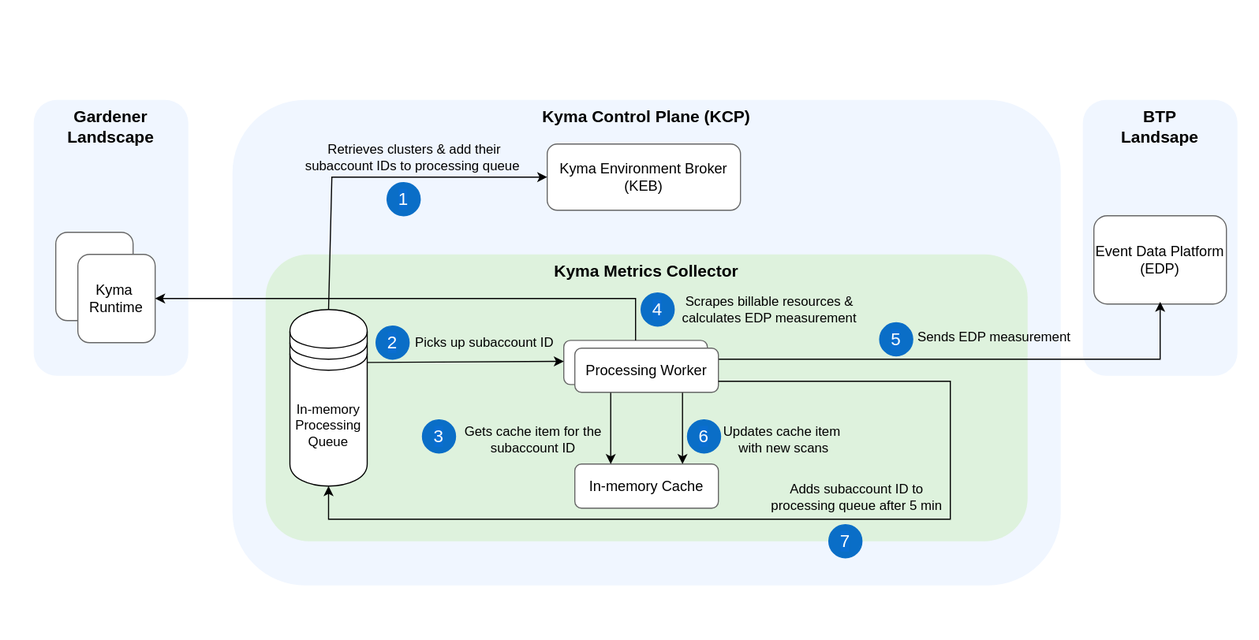
Above: docs/contributor/assets/EDP_architecture.drawio.svg in kyma-project/kyma-metrics-collector (draw.io), before the change. Source tidied: cells renumbered, new cells last; positions are measured from the earlier drawing's top-left corner, leaving out a move shared by most shapes.
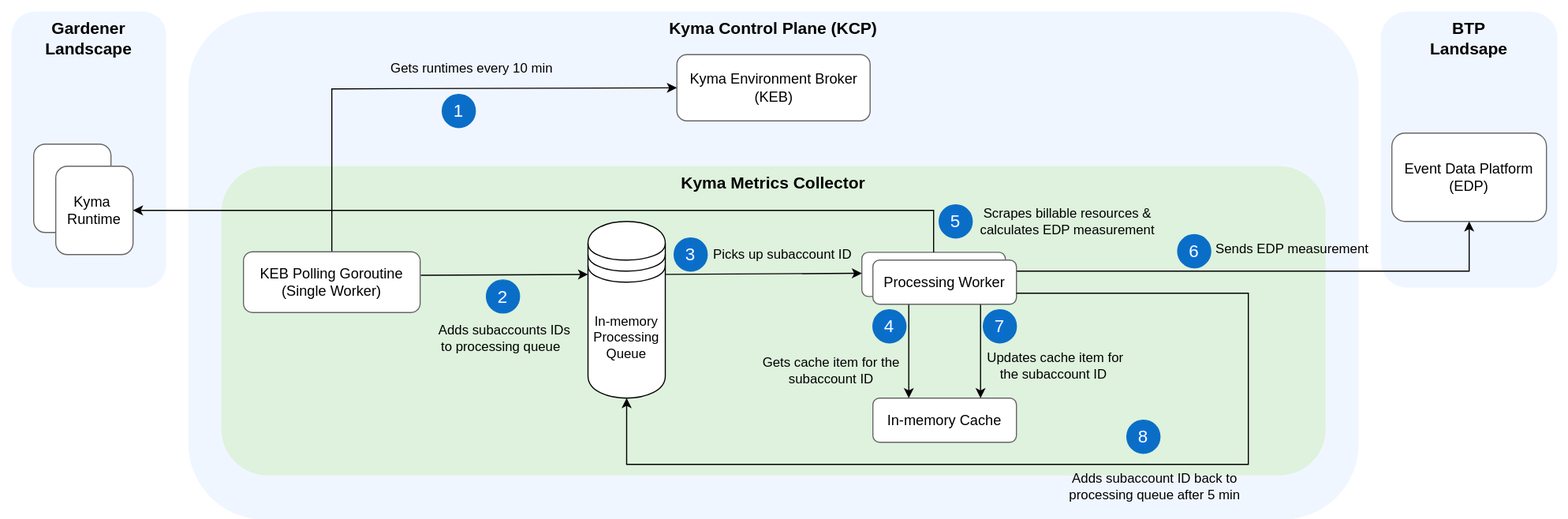
The same diagram one commit later.

Commit message:
update EDP and UM architecture diagrams

Change to the diagram source:
```diff
@@ -3,50 +3,50 @@
     <mxCell id="0" />
     <mxCell id="1" parent="0" />
     <mxCell id="2" style="rounded=0;whiteSpace=wrap;html=1;fillColor=#FFFFFF;strokeColor=none;" parent="1" vertex="1">
-      <mxGeometry width="1140" height="580" as="geometry" />
+      <mxGeometry x="-270" y="80" width="1420" height="460" as="geometry" />
     </mxCell>
     <mxCell id="3" value="&lt;b style=&quot;color: rgb(0, 0, 0); font-size: 15px;&quot;&gt;&lt;font style=&quot;font-size: 15px;&quot;&gt;Gardener Landscape&lt;br style=&quot;font-size: 15px;&quot;&gt;&lt;/font&gt;&lt;/b&gt;" style="rounded=1;whiteSpace=wrap;html=1;fillColor=#F0F6FF;strokeColor=none;fontColor=#333333;verticalAlign=top;fontSize=15;" parent="1" vertex="1">
-      <mxGeometry x="30" y="90" width="140" height="250" as="geometry" />
+      <mxGeometry x="-260" y="90" width="140" height="250" as="geometry" />
     </mxCell>
     <mxCell id="4" style="rounded=1;whiteSpace=wrap;html=1;fontSize=13;strokeColor=#666666;" parent="1" vertex="1">
-      <mxGeometry x="50" y="210" width="70" height="80" as="geometry" />
+      <mxGeometry x="-240" y="210" width="70" height="80" as="geometry" />
     </mxCell>
     <mxCell id="5" value="Kyma&amp;nbsp;&lt;div&gt;Runtime&lt;/div&gt;" style="rounded=1;whiteSpace=wrap;html=1;fontSize=13;strokeColor=#666666;" parent="1" vertex="1">
-      <mxGeometry x="70" y="230" width="70" height="80" as="geometry" />
+      <mxGeometry x="-220" y="230" width="70" height="80" as="geometry" />
     </mxCell>
     <mxCell id="6" value="&lt;b style=&quot;color: rgb(0, 0, 0); font-size: 15px;&quot;&gt;&lt;font style=&quot;font-size: 15px;&quot;&gt;Kyma Control Plane (KCP)&lt;br style=&quot;font-size: 15px;&quot;&gt;&lt;/font&gt;&lt;/b&gt;" style="rounded=1;whiteSpace=wrap;html=1;fillColor=#F0F6FF;strokeColor=none;fontColor=#333333;verticalAlign=top;fontSize=15;" parent="1" vertex="1">
-      <mxGeometry x="210" y="90" width="750" height="440" as="geometry" />
+      <mxGeometry x="-100" y="90" width="1060" height="460" as="geometry" />
     </mxCell>
     <mxCell id="7" value="&lt;b style=&quot;color: rgb(0, 0, 0); font-size: 15px;&quot;&gt;&lt;font style=&quot;font-size: 15px;&quot;&gt;BTP&lt;/font&gt;&lt;/b&gt;&lt;div&gt;&lt;b style=&quot;color: rgb(0, 0, 0); font-size: 15px;&quot;&gt;&lt;font style=&quot;font-size: 15px;&quot;&gt;Landsape&lt;/font&gt;&lt;/b&gt;&lt;/div&gt;" style="rounded=1;whiteSpace=wrap;html=1;fillColor=#F0F6FF;strokeColor=none;fontColor=#333333;verticalAlign=top;fontSize=15;" parent="1" vertex="1">
-      <mxGeometry x="980" y="90" width="140" height="250" as="geometry" />
+      <mxGeometry x="980" y="90" width="160" height="250" as="geometry" />
     </mxCell>
     <mxCell id="8" value="Event Data Platform (EDP)" style="rounded=1;whiteSpace=wrap;html=1;fontSize=13;strokeColor=#666666;" parent="1" vertex="1">
-      <mxGeometry x="990" y="195" width="120" height="80" as="geometry" />
+      <mxGeometry x="990" y="200" width="140" height="80" as="geometry" />
     </mxCell>
     <mxCell id="9" value="Kyma Environment Broker (KEB)" style="rounded=1;whiteSpace=wrap;html=1;fontSize=13;strokeColor=#666666;" parent="1" vertex="1">
-      <mxGeometry x="495" y="130" width="175" height="60" as="geometry" />
+      <mxGeometry x="342.5" y="129" width="175" height="60" as="geometry" />
     </mxCell>
     <mxCell id="10" value="&lt;b style=&quot;color: rgb(0, 0, 0); font-size: 15px;&quot;&gt;Kyma Metrics Collector&lt;/b&gt;" style="rounded=1;whiteSpace=wrap;html=1;dashed=1;fillColor=#DEF2DD;strokeColor=none;verticalAlign=top;fontSize=15;" parent="1" vertex="1">
-      <mxGeometry x="240" y="230" width="690" height="260" as="geometry" />
+      <mxGeometry x="-70" y="230" width="1000" height="280" as="geometry" />
     </mxCell>
     <mxCell id="11" value="In-memory&lt;div&gt;Processing&lt;/div&gt;&lt;div&gt;Queue&lt;/div&gt;" style="shape=datastore;whiteSpace=wrap;html=1;" parent="1" vertex="1">
       <mxGeometry x="262" y="280" width="70" height="160" as="geometry" />
     </mxCell>
     <mxCell id="12" value="In-memory Cache" style="rounded=1;whiteSpace=wrap;html=1;fontSize=13;strokeColor=#666666;" parent="1" vertex="1">
-      <mxGeometry x="520" y="420" width="130" height="40" as="geometry" />
+      <mxGeometry x="520" y="440" width="130" height="40" as="geometry" />
     </mxCell>
     <mxCell id="13" style="rounded=1;whiteSpace=wrap;html=1;fontSize=13;strokeColor=#666666;" parent="1" vertex="1">
       <mxGeometry x="510" y="308" width="130" height="40" as="geometry" />
     </mxCell>
-    <mxCell id="14" style="endArrow=classic;html=1;rounded=0;entryX=0;entryY=0.5;entryDx=0;entryDy=0;exitX=0.5;exitY=0;exitDx=0;exitDy=0;" parent="1" edge="1" source="11" target="9">
+    <mxCell id="14" style="endArrow=classic;html=1;rounded=0;entryX=0;entryY=0.5;entryDx=0;entryDy=0;exitX=0.5;exitY=0;exitDx=0;exitDy=0;" parent="1" edge="1" source="36" target="9">
       <mxGeometry relative="1" as="geometry">
         <Array as="points">
-          <mxPoint x="300" y="160" />
+          <mxPoint x="30" y="160" />
         </Array>
       </mxGeometry>
     </mxCell>
-    <mxCell id="15" value="Retrieves clusters &amp;amp; add their subaccount IDs to processing queue&amp;nbsp;" style="text;html=1;align=center;verticalAlign=middle;whiteSpace=wrap;rounded=0;" parent="1" vertex="1">
-      <mxGeometry x="270" y="127" width="210" height="30" as="geometry" />
+    <mxCell id="15" value="Gets runtimes every 10 min" style="text;html=1;align=center;verticalAlign=middle;whiteSpace=wrap;rounded=0;" parent="1" vertex="1">
+      <mxGeometry x="52" y="127" width="210" height="30" as="geometry" />
     </mxCell>
     <mxCell id="16" style="endArrow=classic;html=1;rounded=0;exitX=1;exitY=0.3;exitDx=0;exitDy=0;" parent="1" edge="1" source="11">
       <mxGeometry relative="1" as="geometry">
@@ -60,7 +60,7 @@
       <mxGeometry relative="1" as="geometry" />
     </mxCell>
     <mxCell id="19" value="Gets cache item for the subaccount ID" style="text;html=1;align=center;verticalAlign=middle;whiteSpace=wrap;rounded=0;" parent="1" vertex="1">
-      <mxGeometry x="415" y="383" width="135" height="30" as="geometry" />
+      <mxGeometry x="415" y="400" width="135" height="30" as="geometry" />
     </mxCell>
     <mxCell id="20" style="endArrow=classic;html=1;rounded=0;exitX=0.5;exitY=0;exitDx=0;exitDy=0;entryX=1;entryY=0.5;entryDx=0;entryDy=0;" parent="1" edge="1" source="13" target="5">
       <mxGeometry relative="1" as="geometry">
@@ -71,15 +71,15 @@
       </mxGeometry>
     </mxCell>
     <mxCell id="21" value="&lt;font style=&quot;font-size: 16px&quot;&gt;1&lt;/font&gt;" style="ellipse;whiteSpace=wrap;html=1;labelBackgroundColor=#0A6ED1;fontColor=#FFFFFF;fillColor=#0A6EC7;strokeColor=#0A6EC7;" parent="1" vertex="1">
-      <mxGeometry x="350" y="165" width="30" height="30" as="geometry" />
+      <mxGeometry x="130" y="165" width="30" height="30" as="geometry" />
     </mxCell>
-    <mxCell id="22" value="&lt;font style=&quot;font-size: 16px&quot;&gt;2&lt;/font&gt;" style="ellipse;whiteSpace=wrap;html=1;labelBackgroundColor=#0A6ED1;fontColor=#FFFFFF;fillColor=#0A6EC7;strokeColor=#0A6EC7;" parent="1" vertex="1">
+    <mxCell id="22" value="&lt;font style=&quot;font-size: 16px&quot;&gt;3&lt;/font&gt;" style="ellipse;whiteSpace=wrap;html=1;labelBackgroundColor=#0A6ED1;fontColor=#FFFFFF;fillColor=#0A6EC7;strokeColor=#0A6EC7;" parent="1" vertex="1">
       <mxGeometry x="340" y="295" width="30" height="30" as="geometry" />
     </mxCell>
-    <mxCell id="23" value="&lt;font style=&quot;font-size: 16px&quot;&gt;3&lt;/font&gt;" style="ellipse;whiteSpace=wrap;html=1;labelBackgroundColor=#0A6ED1;fontColor=#FFFFFF;fillColor=#0A6EC7;strokeColor=#0A6EC7;" parent="1" vertex="1">
-      <mxGeometry x="382" y="380" width="30" height="30" as="geometry" />
+    <mxCell id="23" value="&lt;font style=&quot;font-size: 16px&quot;&gt;4&lt;/font&gt;" style="ellipse;whiteSpace=wrap;html=1;labelBackgroundColor=#0A6ED1;fontColor=#FFFFFF;fillColor=#0A6EC7;strokeColor=#0A6EC7;" parent="1" vertex="1">
+      <mxGeometry x="520" y="360" width="30" height="30" as="geometry" />
     </mxCell>
-    <mxCell id="24" value="&lt;font style=&quot;font-size: 16px&quot;&gt;4&lt;/font&gt;" style="ellipse;whiteSpace=wrap;html=1;labelBackgroundColor=#0A6ED1;fontColor=#FFFFFF;fillColor=#0A6EC7;strokeColor=#0A6EC7;" parent="1" vertex="1">
+    <mxCell id="24" value="&lt;font style=&quot;font-size: 16px&quot;&gt;5&lt;/font&gt;" style="ellipse;whiteSpace=wrap;html=1;labelBackgroundColor=#0A6ED1;fontColor=#FFFFFF;fillColor=#0A6EC7;strokeColor=#0A6EC7;" parent="1" vertex="1">
       <mxGeometry x="580" y="265" width="30" height="30" as="geometry" />
     </mxCell>
     <mxCell id="25" value="Scrapes billable resources &amp;amp; calculates EDP measurement" style="text;html=1;align=center;verticalAlign=middle;whiteSpace=wrap;rounded=0;" parent="1" vertex="1">
@@ -88,21 +88,20 @@
     <mxCell id="26" style="endArrow=classic;html=1;rounded=0;entryX=0.75;entryY=0;entryDx=0;entryDy=0;exitX=0.75;exitY=1;exitDx=0;exitDy=0;" parent="1" edge="1" source="32" target="12">
       <mxGeometry relative="1" as="geometry" />
     </mxCell>
-    <mxCell id="27" value="&lt;span style=&quot;font-size: 16px;&quot;&gt;6&lt;/span&gt;" style="ellipse;whiteSpace=wrap;html=1;labelBackgroundColor=#0A6ED1;fontColor=#FFFFFF;fillColor=#0A6EC7;strokeColor=#0A6EC7;" parent="1" vertex="1">
-      <mxGeometry x="622" y="380" width="30" height="30" as="geometry" />
+    <mxCell id="27" value="&lt;span style=&quot;font-size: 16px;&quot;&gt;7&lt;/span&gt;" style="ellipse;whiteSpace=wrap;html=1;labelBackgroundColor=#0A6ED1;fontColor=#FFFFFF;fillColor=#0A6EC7;strokeColor=#0A6EC7;" parent="1" vertex="1">
+      <mxGeometry x="620" y="360" width="30" height="30" as="geometry" />
     </mxCell>
-    <mxCell id="28" value="Updates cache item&amp;nbsp;&lt;div&gt;with new scans&lt;/div&gt;" style="text;html=1;align=center;verticalAlign=middle;whiteSpace=wrap;rounded=0;" parent="1" vertex="1">
-      <mxGeometry x="643" y="383" width="133" height="30" as="geometry" />
+    <mxCell id="28" value="Updates cache item for the subaccount ID&amp;nbsp;" style="text;html=1;align=center;verticalAlign=middle;whiteSpace=wrap;rounded=0;" parent="1" vertex="1">
+      <mxGeometry x="619" y="396" width="133" height="30" as="geometry" />
     </mxCell>
-    <mxCell id="29" style="endArrow=classic;html=1;rounded=0;entryX=0.5;entryY=1;entryDx=0;entryDy=0;exitX=1;exitY=0.25;exitDx=0;exitDy=0;" parent="1" edge="1" source="32">
+    <mxCell id="29" style="endArrow=classic;html=1;rounded=0;exitX=1;exitY=0.25;exitDx=0;exitDy=0;entryX=0.5;entryY=1;entryDx=0;entryDy=0;" parent="1" edge="1" source="32" target="8">
       <mxGeometry relative="1" as="geometry">
-        <mxPoint x="1050" y="273" as="targetPoint" />
         <Array as="points">
-          <mxPoint x="1050" y="325" />
+          <mxPoint x="1060" y="325" />
         </Array>
       </mxGeometry>
     </mxCell>
-    <mxCell id="30" value="&lt;span style=&quot;font-size: 16px;&quot;&gt;5&lt;/span&gt;" style="ellipse;whiteSpace=wrap;html=1;labelBackgroundColor=#0A6ED1;fontColor=#FFFFFF;fillColor=#0A6EC7;strokeColor=#0A6EC7;" parent="1" vertex="1">
+    <mxCell id="30" value="&lt;span style=&quot;font-size: 16px;&quot;&gt;6&lt;/span&gt;" style="ellipse;whiteSpace=wrap;html=1;labelBackgroundColor=#0A6ED1;fontColor=#FFFFFF;fillColor=#0A6EC7;strokeColor=#0A6EC7;" parent="1" vertex="1">
       <mxGeometry x="796" y="292" width="30" height="30" as="geometry" />
     </mxCell>
     <mxCell id="31" value="Sends EDP measurement" style="text;html=1;align=center;verticalAlign=middle;whiteSpace=wrap;rounded=0;" parent="1" vertex="1">
@@ -116,17 +115,28 @@
         <Array as="points">
           <mxPoint x="860" y="345" />
           <mxPoint x="860" y="450" />
-          <mxPoint x="860" y="470" />
-          <mxPoint x="580" y="470" />
-          <mxPoint x="297" y="470" />
+          <mxPoint x="860" y="500" />
+          <mxPoint x="297" y="500" />
         </Array>
       </mxGeometry>
     </mxCell>
-    <mxCell id="34" value="&lt;span style=&quot;font-size: 16px;&quot;&gt;7&lt;/span&gt;" style="ellipse;whiteSpace=wrap;html=1;labelBackgroundColor=#0A6ED1;fontColor=#FFFFFF;fillColor=#0A6EC7;strokeColor=#0A6EC7;" parent="1" vertex="1">
-      <mxGeometry x="750" y="475" width="30" height="30" as="geometry" />
+    <mxCell id="34" value="&lt;span style=&quot;font-size: 16px;&quot;&gt;8&lt;/span&gt;" style="ellipse;whiteSpace=wrap;html=1;labelBackgroundColor=#0A6ED1;fontColor=#FFFFFF;fillColor=#0A6EC7;strokeColor=#0A6EC7;" parent="1" vertex="1">
+      <mxGeometry x="750" y="460" width="30" height="30" as="geometry" />
     </mxCell>
-    <mxCell id="35" value="Adds subaccount ID to processing queue after 5 min" style="text;html=1;align=center;verticalAlign=middle;whiteSpace=wrap;rounded=0;" parent="1" vertex="1">
-      <mxGeometry x="695" y="430" width="161" height="40" as="geometry" />
+    <mxCell id="35" value="Adds subaccount ID back to processing queue after 5 min" style="text;html=1;align=center;verticalAlign=middle;whiteSpace=wrap;rounded=0;" parent="1" vertex="1">
+      <mxGeometry x="695" y="500" width="161" height="40" as="geometry" />
     </mxCell>
+    <mxCell id="36" value="KEB Polling Goroutine (Single Worker)" style="rounded=1;whiteSpace=wrap;html=1;fontSize=13;strokeColor=#666666;" parent="1" vertex="1">
+      <mxGeometry x="-50" y="307.5" width="160" height="55" as="geometry" />
+    </mxCell>
+    <mxCell id="37" style="endArrow=classic;html=1;rounded=0;entryX=0;entryY=0.3;entryDx=0;entryDy=0;exitX=1.004;exitY=0.387;exitDx=0;exitDy=0;exitPerimeter=0;" parent="1" edge="1" source="36" target="11">
+      <mxGeometry relative="1" as="geometry" />
+    </mxCell>
+    <mxCell id="38" value="&amp;nbsp;Adds subaccounts IDs to processing queue&amp;nbsp;" style="text;html=1;align=center;verticalAlign=middle;whiteSpace=wrap;rounded=0;" parent="1" vertex="1">
+      <mxGeometry x="120" y="361" width="130" height="50" as="geometry" />
+    </mxCell>
+    <mxCell id="39" value="&lt;font style=&quot;font-size: 16px&quot;&gt;2&lt;/font&gt;" style="ellipse;whiteSpace=wrap;html=1;labelBackgroundColor=#0A6ED1;fontColor=#FFFFFF;fillColor=#0A6EC7;strokeColor=#0A6EC7;" parent="1" vertex="1">
+      <mxGeometry x="170" y="333" width="30" height="30" as="geometry" />
+    </mxCell>
   </root>
 </mxGraphModel>
```
